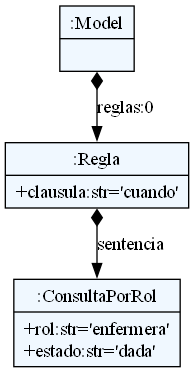
This is dsl/ast.png from Patrick-beep-ui/KURE, a Graphviz export, as it was before one commit. Its source is kept beside it as dsl/ast.dot.
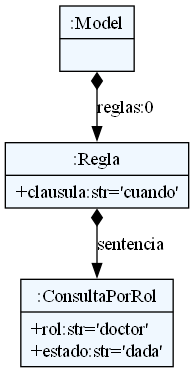
After the change.

Commit message:
Apply ConsultaPorRol rules

The edit, as a diff of the source:
```diff
@@ -10,10 +10,10 @@
     edge[dir=black,arrowtail=empty]
 
 
-2003327310432 -> 2003327310384 [label="reglas:0" arrowtail=diamond dir=both]
-2003327310384 -> 2003327310672 [label="sentencia" arrowtail=diamond dir=both]
-2003327310672[label="{:ConsultaPorRol|+rol:str='enfermera'\l+estado:str='dada'\l}"]
-2003327310384[label="{:Regla|+clausula:str='cuando'\l}"]
-2003327310432[label="{:Model|}"]
+2706874030784 -> 2706874030880 [label="reglas:0" arrowtail=diamond dir=both]
+2706874030880 -> 2706874031024 [label="sentencia" arrowtail=diamond dir=both]
+2706874031024[label="{:ConsultaPorRol|+rol:str='doctor'\l+estado:str='dada'\l}"]
+2706874030880[label="{:Regla|+clausula:str='cuando'\l}"]
+2706874030784[label="{:Model|}"]
 
 }
```
